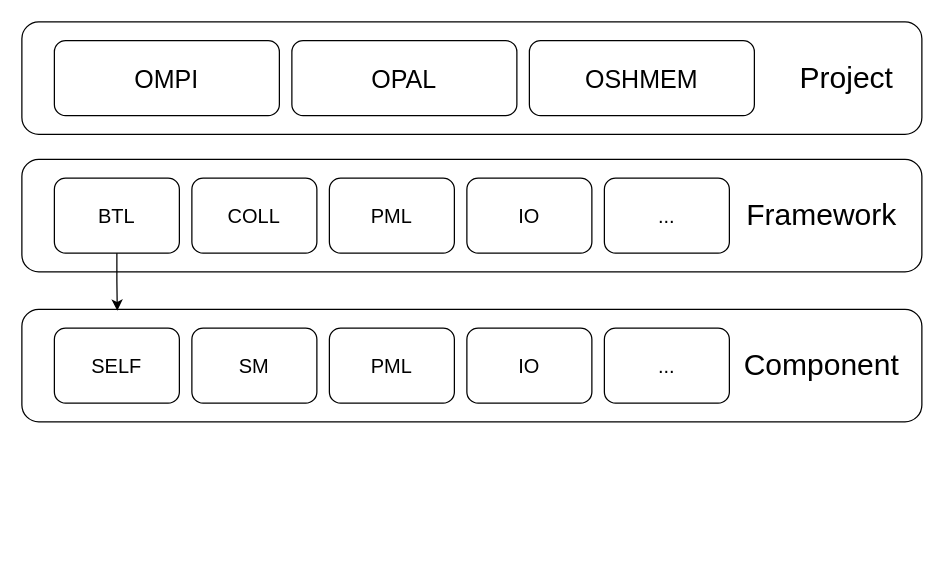
Earlier version of the draw.io diagram ompi/project-arch.drawio (Troyself/img-design-draw-io). Source tidied: cells renumbered, new cells numbered last; positions are measured from the earlier drawing's top-left corner, leaving out a move shared by most shapes. Both pictures are drawn from the tidied source at 125%, with x=0, y=0 at pixel (21, 21).
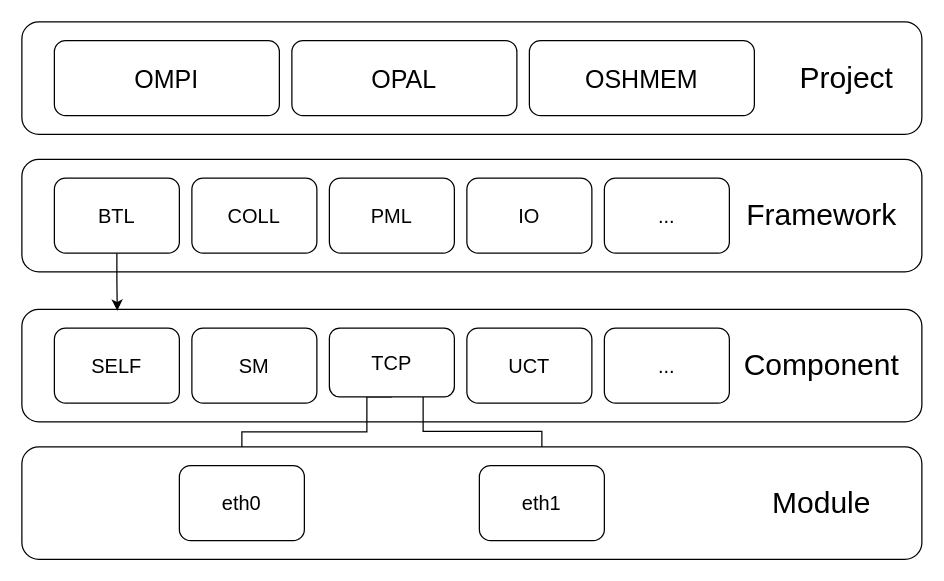
The same page after the edit.

The edit, as a diff of the source:
```diff
@@
+    <mxCell id="19" style="edgeStyle=orthogonalEdgeStyle;rounded=0;jettySize=auto;html=1;exitX=0.5;exitY=1;exitDx=0;exitDy=0;" parent="1" edge="1" source="16" target="22">
+      <mxGeometry relative="1" as="geometry">
+        <Array as="points">
+          <mxPoint x="276" y="300" />
+          <mxPoint x="276" y="328" />
+          <mxPoint x="176" y="328" />
+        </Array>
+      </mxGeometry>
+    </mxCell>
+    <mxCell id="20" style="edgeStyle=orthogonalEdgeStyle;rounded=0;jettySize=auto;html=1;exitX=0.75;exitY=1;exitDx=0;exitDy=0;entryX=0.5;entryY=0;entryDx=0;entryDy=0;" parent="1" edge="1" source="16" target="23">
+      <mxGeometry relative="1" as="geometry" />
+    </mxCell>
-    <mxCell id="16" value="PML" style="rounded=1;whiteSpace=wrap;html=1;fontSize=16;" parent="1" vertex="1">
-      <mxGeometry x="246" y="245" width="100" height="60" as="geometry" />
+    <mxCell id="16" value="TCP" style="rounded=1;whiteSpace=wrap;html=1;fontSize=16;" parent="1" vertex="1">
+      <mxGeometry x="246" y="245" width="100" height="55" as="geometry" />
     </mxCell>
-    <mxCell id="17" value="IO" style="rounded=1;whiteSpace=wrap;html=1;fontSize=16;" parent="1" vertex="1">
+    <mxCell id="17" value="UCT" style="rounded=1;whiteSpace=wrap;html=1;fontSize=16;" parent="1" vertex="1">
       <mxGeometry x="356" y="245" width="100" height="60" as="geometry" />
     </mxCell>
@@
+    <mxCell id="21" value="&lt;blockquote style=&quot;margin: 0 0 0 40px; border: none; padding: 0px;&quot;&gt;&lt;blockquote style=&quot;margin: 0 0 0 40px; border: none; padding: 0px;&quot;&gt;&lt;blockquote style=&quot;margin: 0 0 0 40px; border: none; padding: 0px;&quot;&gt;&lt;blockquote style=&quot;margin: 0 0 0 40px; border: none; padding: 0px;&quot;&gt;&lt;blockquote style=&quot;margin: 0 0 0 40px; border: none; padding: 0px;&quot;&gt;&lt;blockquote style=&quot;margin: 0 0 0 40px; border: none; padding: 0px;&quot;&gt;&lt;blockquote style=&quot;margin: 0 0 0 40px; border: none; padding: 0px;&quot;&gt;&lt;blockquote style=&quot;margin: 0 0 0 40px; border: none; padding: 0px;&quot;&gt;&lt;blockquote style=&quot;margin: 0 0 0 40px; border: none; padding: 0px;&quot;&gt;&lt;blockquote style=&quot;margin: 0 0 0 40px; border: none; padding: 0px;&quot;&gt;&lt;blockquote style=&quot;margin: 0 0 0 40px; border: none; padding: 0px;&quot;&gt;&lt;blockquote style=&quot;margin: 0 0 0 40px; border: none; padding: 0px;&quot;&gt;&lt;blockquote style=&quot;margin: 0 0 0 40px; border: none; padding: 0px;&quot;&gt;&lt;blockquote style=&quot;margin: 0 0 0 40px; border: none; padding: 0px;&quot;&gt;&lt;div style=&quot;text-align: justify;&quot;&gt;&lt;span style=&quot;font-size: 24px; background-color: transparent; color: light-dark(rgb(0, 0, 0), rgb(255, 255, 255));&quot;&gt;Module&lt;/span&gt;&lt;/div&gt;&lt;/blockquote&gt;&lt;/blockquote&gt;&lt;/blockquote&gt;&lt;/blockquote&gt;&lt;/blockquote&gt;&lt;/blockquote&gt;&lt;/blockquote&gt;&lt;/blockquote&gt;&lt;/blockquote&gt;&lt;/blockquote&gt;&lt;/blockquote&gt;&lt;/blockquote&gt;&lt;/blockquote&gt;&lt;/blockquote&gt;" style="rounded=1;whiteSpace=wrap;html=1;align=center;" parent="1" vertex="1">
+      <mxGeometry y="340" width="720" height="90" as="geometry" />
+    </mxCell>
+    <mxCell id="22" value="eth0" style="rounded=1;whiteSpace=wrap;html=1;fontSize=16;" parent="1" vertex="1">
+      <mxGeometry x="126" y="355" width="100" height="60" as="geometry" />
+    </mxCell>
+    <mxCell id="23" value="eth1" style="rounded=1;whiteSpace=wrap;html=1;fontSize=16;" parent="1" vertex="1">
+      <mxGeometry x="366" y="355" width="100" height="60" as="geometry" />
+    </mxCell>
```
